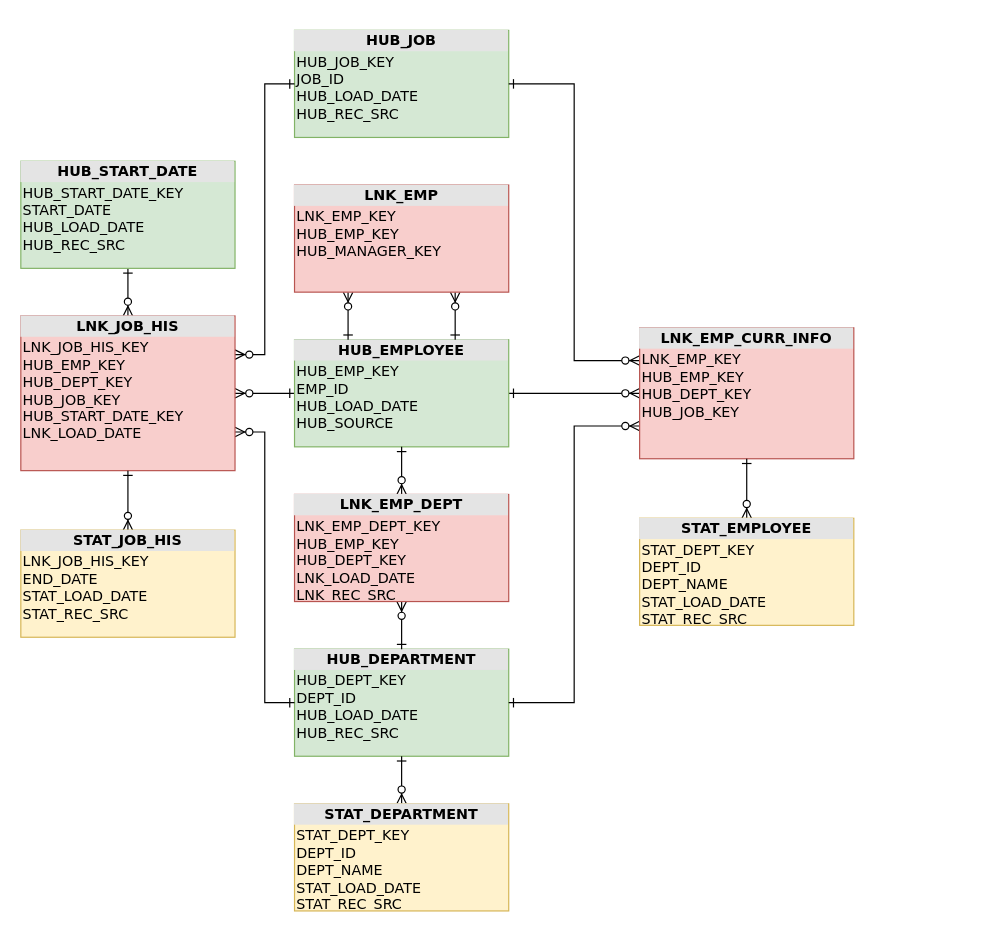
The draw.io diagram HR_Model.drawio in nhanhoangle/DrawIO, before the edit. Source tidied: cells renumbered, new cells numbered last; positions are measured from the earlier drawing's top-left corner, leaving out a move shared by most shapes. Both pictures are drawn from the tidied source at 119%, with x=0, y=0 at pixel (20, 30).
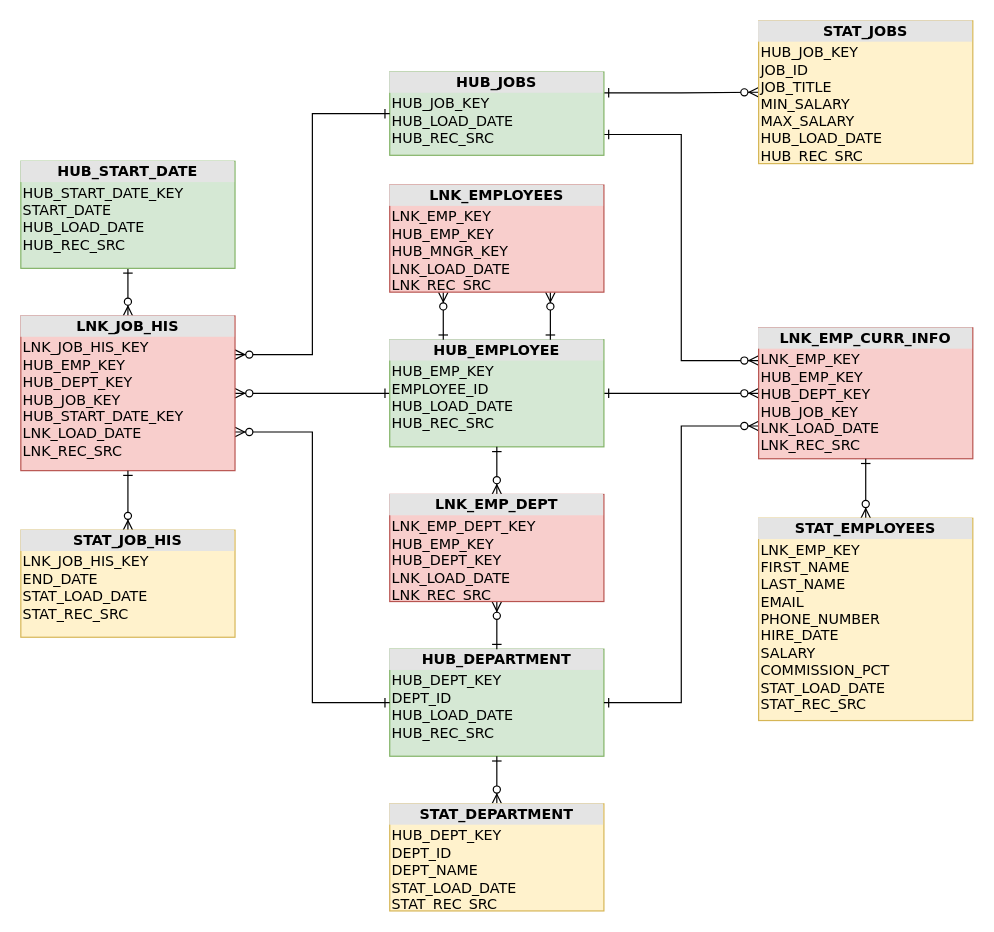
The same page after the edit.

The edit, as a diff of the source:
```diff
@@
     <mxCell id="2" value="&lt;div style=&quot;text-align: center ; box-sizing: border-box ; width: 100% ; background: rgb(228 , 228 , 228) ; padding: 2px&quot;&gt;&lt;b&gt;HUB_DEPARTMENT&lt;/b&gt;&lt;/div&gt;&lt;table style=&quot;width: 100% ; font-size: 1em&quot; cellpadding=&quot;2&quot; cellspacing=&quot;0&quot;&gt;&lt;tbody&gt;&lt;tr&gt;&lt;td&gt;HUB_DEPT_KEY&lt;br&gt;DEPT_ID&lt;br&gt;HUB_LOAD_DATE&lt;br&gt;HUB_REC_SRC&lt;/td&gt;&lt;td&gt;&lt;br&gt;&lt;/td&gt;&lt;/tr&gt;&lt;/tbody&gt;&lt;/table&gt;" style="verticalAlign=top;align=left;overflow=fill;html=1;rounded=0;shadow=0;comic=0;labelBackgroundColor=none;strokeWidth=1;fontFamily=Verdana;fontSize=12;fillColor=#d5e8d4;strokeColor=#82b366;" parent="1" vertex="1">
-      <mxGeometry x="230" y="520" width="180" height="90" as="geometry" />
+      <mxGeometry x="310" y="520" width="180" height="90" as="geometry" />
     </mxCell>
+    <mxCell id="27" style="edgeStyle=orthogonalEdgeStyle;rounded=0;jettySize=auto;html=1;exitX=1;exitY=0.25;exitDx=0;exitDy=0;endArrow=ERzeroToMany;endFill=1;startArrow=ERone;startFill=0;" parent="1" edge="1" source="3" target="29">
+      <mxGeometry relative="1" as="geometry" />
+    </mxCell>
+    <mxCell id="28" style="edgeStyle=orthogonalEdgeStyle;rounded=0;jettySize=auto;html=1;exitX=1;exitY=0.75;exitDx=0;exitDy=0;entryX=0;entryY=0.25;entryDx=0;entryDy=0;startArrow=ERone;startFill=0;endArrow=ERzeroToMany;endFill=1;" parent="1" edge="1" source="3" target="7">
+      <mxGeometry relative="1" as="geometry" />
+    </mxCell>
-    <mxCell id="3" value="&lt;div style=&quot;text-align: center ; box-sizing: border-box ; width: 100% ; background: rgb(228 , 228 , 228) ; padding: 2px&quot;&gt;&lt;b&gt;HUB_JOB&lt;/b&gt;&lt;/div&gt;&lt;table style=&quot;width: 100% ; font-size: 1em&quot; cellpadding=&quot;2&quot; cellspacing=&quot;0&quot;&gt;&lt;tbody&gt;&lt;tr&gt;&lt;td&gt;HUB_JOB_KEY&lt;br&gt;JOB_ID&lt;br&gt;HUB_LOAD_DATE&lt;br&gt;HUB_REC_SRC&lt;/td&gt;&lt;td&gt;&lt;br&gt;&lt;/td&gt;&lt;/tr&gt;&lt;/tbody&gt;&lt;/table&gt;" style="verticalAlign=top;align=left;overflow=fill;html=1;rounded=0;shadow=0;comic=0;labelBackgroundColor=none;strokeWidth=1;fontFamily=Verdana;fontSize=12;fillColor=#d5e8d4;strokeColor=#82b366;" parent="1" vertex="1">
-      <mxGeometry x="230" width="180" height="90" as="geometry" />
+    <mxCell id="3" value="&lt;div style=&quot;text-align: center ; box-sizing: border-box ; width: 100% ; background: rgb(228 , 228 , 228) ; padding: 2px&quot;&gt;&lt;b&gt;HUB_JOBS&lt;/b&gt;&lt;/div&gt;&lt;table style=&quot;width: 100% ; font-size: 1em&quot; cellpadding=&quot;2&quot; cellspacing=&quot;0&quot;&gt;&lt;tbody&gt;&lt;tr&gt;&lt;td&gt;HUB_JOB_KEY&lt;br&gt;HUB_LOAD_DATE&lt;br&gt;HUB_REC_SRC&lt;/td&gt;&lt;td&gt;&lt;br&gt;&lt;/td&gt;&lt;/tr&gt;&lt;/tbody&gt;&lt;/table&gt;" style="verticalAlign=top;align=left;overflow=fill;html=1;rounded=0;shadow=0;comic=0;labelBackgroundColor=none;strokeWidth=1;fontFamily=Verdana;fontSize=12;fillColor=#d5e8d4;strokeColor=#82b366;" parent="1" vertex="1">
+      <mxGeometry x="310" y="35" width="180" height="70" as="geometry" />
     </mxCell>
-    <mxCell id="4" style="edgeStyle=orthogonalEdgeStyle;rounded=0;jettySize=auto;html=1;exitX=0;exitY=0.25;exitDx=0;exitDy=0;entryX=1;entryY=0.5;entryDx=0;entryDy=0;startArrow=ERzeroToMany;startFill=1;endArrow=ERone;endFill=0;" parent="1" edge="1" source="7" target="3">
-      <mxGeometry relative="1" as="geometry" />
-    </mxCell>
@@
-    <mxCell id="7" value="&lt;div style=&quot;text-align: center ; box-sizing: border-box ; width: 100% ; background: rgb(228 , 228 , 228) ; padding: 2px&quot;&gt;&lt;b&gt;LNK_EMP_CURR_INFO&lt;/b&gt;&lt;/div&gt;&lt;table style=&quot;width: 100% ; font-size: 1em&quot; cellpadding=&quot;2&quot; cellspacing=&quot;0&quot;&gt;&lt;tbody&gt;&lt;tr&gt;&lt;td&gt;LNK_EMP_KEY&lt;br&gt;HUB_EMP_KEY&lt;br&gt;HUB_DEPT_KEY&lt;br&gt;HUB_JOB_KEY&lt;/td&gt;&lt;td&gt;&lt;br&gt;&lt;/td&gt;&lt;/tr&gt;&lt;/tbody&gt;&lt;/table&gt;" style="verticalAlign=top;align=left;overflow=fill;html=1;rounded=0;shadow=0;comic=0;labelBackgroundColor=none;strokeWidth=1;fontFamily=Verdana;fontSize=12;fillColor=#f8cecc;strokeColor=#b85450;" parent="1" vertex="1">
-      <mxGeometry x="520" y="250" width="180" height="110" as="geometry" />
+    <mxCell id="7" value="&lt;div style=&quot;text-align: center ; box-sizing: border-box ; width: 100% ; background: rgb(228 , 228 , 228) ; padding: 2px&quot;&gt;&lt;b&gt;LNK_EMP_CURR_INFO&lt;/b&gt;&lt;/div&gt;&lt;table style=&quot;width: 100% ; font-size: 1em&quot; cellpadding=&quot;2&quot; cellspacing=&quot;0&quot;&gt;&lt;tbody&gt;&lt;tr&gt;&lt;td&gt;LNK_EMP_KEY&lt;br&gt;HUB_EMP_KEY&lt;br&gt;HUB_DEPT_KEY&lt;br&gt;HUB_JOB_KEY&lt;br&gt;LNK_LOAD_DATE&lt;br&gt;LNK_REC_SRC&lt;/td&gt;&lt;td&gt;&lt;br&gt;&lt;/td&gt;&lt;/tr&gt;&lt;/tbody&gt;&lt;/table&gt;" style="verticalAlign=top;align=left;overflow=fill;html=1;rounded=0;shadow=0;comic=0;labelBackgroundColor=none;strokeWidth=1;fontFamily=Verdana;fontSize=12;fillColor=#f8cecc;strokeColor=#b85450;" parent="1" vertex="1">
+      <mxGeometry x="620" y="250" width="180" height="110" as="geometry" />
     </mxCell>
@@
-    <mxCell id="12" value="&lt;div style=&quot;text-align: center ; box-sizing: border-box ; width: 100% ; background: rgb(228 , 228 , 228) ; padding: 2px&quot;&gt;&lt;b&gt;LNK_JOB_HIS&lt;/b&gt;&lt;/div&gt;&lt;table style=&quot;width: 100% ; font-size: 1em&quot; cellpadding=&quot;2&quot; cellspacing=&quot;0&quot;&gt;&lt;tbody&gt;&lt;tr&gt;&lt;td&gt;LNK_JOB_HIS_KEY&lt;br&gt;HUB_EMP_KEY&lt;br&gt;HUB_DEPT_KEY&lt;br&gt;HUB_JOB_KEY&lt;br&gt;HUB_START_DATE_KEY&lt;br&gt;LNK_LOAD_DATE&lt;/td&gt;&lt;td&gt;&lt;br&gt;&lt;/td&gt;&lt;/tr&gt;&lt;/tbody&gt;&lt;/table&gt;" style="verticalAlign=top;align=left;overflow=fill;html=1;rounded=0;shadow=0;comic=0;labelBackgroundColor=none;strokeWidth=1;fontFamily=Verdana;fontSize=12;fillColor=#f8cecc;strokeColor=#b85450;" parent="1" vertex="1">
+    <mxCell id="12" value="&lt;div style=&quot;text-align: center ; box-sizing: border-box ; width: 100% ; background: rgb(228 , 228 , 228) ; padding: 2px&quot;&gt;&lt;b&gt;LNK_JOB_HIS&lt;/b&gt;&lt;/div&gt;&lt;table style=&quot;width: 100% ; font-size: 1em&quot; cellpadding=&quot;2&quot; cellspacing=&quot;0&quot;&gt;&lt;tbody&gt;&lt;tr&gt;&lt;td&gt;LNK_JOB_HIS_KEY&lt;br&gt;HUB_EMP_KEY&lt;br&gt;HUB_DEPT_KEY&lt;br&gt;HUB_JOB_KEY&lt;br&gt;HUB_START_DATE_KEY&lt;br&gt;LNK_LOAD_DATE&lt;br&gt;LNK_REC_SRC&lt;/td&gt;&lt;td&gt;&lt;br&gt;&lt;/td&gt;&lt;/tr&gt;&lt;/tbody&gt;&lt;/table&gt;" style="verticalAlign=top;align=left;overflow=fill;html=1;rounded=0;shadow=0;comic=0;labelBackgroundColor=none;strokeWidth=1;fontFamily=Verdana;fontSize=12;fillColor=#f8cecc;strokeColor=#b85450;" parent="1" vertex="1">
       <mxGeometry y="240" width="180" height="130" as="geometry" />
     </mxCell>
-    <mxCell id="13" value="&lt;div style=&quot;text-align: center ; box-sizing: border-box ; width: 100% ; background: rgb(228 , 228 , 228) ; padding: 2px&quot;&gt;&lt;b&gt;&lt;font style=&quot;font-size: 12px&quot;&gt;HUB_EMPLOYEE&lt;/font&gt;&lt;/b&gt;&lt;/div&gt;&lt;table style=&quot;width: 100%&quot; cellpadding=&quot;2&quot; cellspacing=&quot;0&quot;&gt;&lt;tbody&gt;&lt;tr&gt;&lt;td&gt;HUB_EMP_KEY&lt;br&gt;EMP_ID&lt;br&gt;HUB_LOAD_DATE&lt;br&gt;HUB_SOURCE&lt;/td&gt;&lt;td&gt;&lt;br&gt;&lt;/td&gt;&lt;/tr&gt;&lt;tr&gt;&lt;td&gt;&lt;/td&gt;&lt;td&gt;&lt;br&gt;&lt;/td&gt;&lt;/tr&gt;&lt;/tbody&gt;&lt;/table&gt;" style="verticalAlign=top;align=left;overflow=fill;html=1;rounded=0;shadow=0;comic=0;labelBackgroundColor=none;strokeWidth=1;fontFamily=Verdana;fontSize=12;fillColor=#d5e8d4;strokeColor=#82b366;" parent="1" vertex="1">
-      <mxGeometry x="230" y="260" width="180" height="90" as="geometry" />
+    <mxCell id="13" value="&lt;div style=&quot;text-align: center ; box-sizing: border-box ; width: 100% ; background: rgb(228 , 228 , 228) ; padding: 2px&quot;&gt;&lt;b&gt;&lt;font style=&quot;font-size: 12px&quot;&gt;HUB_EMPLOYEE&lt;/font&gt;&lt;/b&gt;&lt;/div&gt;&lt;table style=&quot;width: 100%&quot; cellpadding=&quot;2&quot; cellspacing=&quot;0&quot;&gt;&lt;tbody&gt;&lt;tr&gt;&lt;td&gt;HUB_EMP_KEY&lt;br&gt;EMPLOYEE_ID&lt;br&gt;HUB_LOAD_DATE&lt;br&gt;HUB_REC_SRC&lt;/td&gt;&lt;td&gt;&lt;br&gt;&lt;/td&gt;&lt;/tr&gt;&lt;tr&gt;&lt;td&gt;&lt;/td&gt;&lt;td&gt;&lt;br&gt;&lt;/td&gt;&lt;/tr&gt;&lt;/tbody&gt;&lt;/table&gt;" style="verticalAlign=top;align=left;overflow=fill;html=1;rounded=0;shadow=0;comic=0;labelBackgroundColor=none;strokeWidth=1;fontFamily=Verdana;fontSize=12;fillColor=#d5e8d4;strokeColor=#82b366;" parent="1" vertex="1">
+      <mxGeometry x="310" y="260" width="180" height="90" as="geometry" />
     </mxCell>
@@
     <mxCell id="16" value="&lt;div style=&quot;text-align: center ; box-sizing: border-box ; width: 100% ; background: rgb(228 , 228 , 228) ; padding: 2px&quot;&gt;&lt;b&gt;LNK_EMP_DEPT&lt;/b&gt;&lt;/div&gt;&lt;table style=&quot;width: 100% ; font-size: 1em&quot; cellpadding=&quot;2&quot; cellspacing=&quot;0&quot;&gt;&lt;tbody&gt;&lt;tr&gt;&lt;td&gt;LNK_EMP_DEPT_KEY&lt;br&gt;HUB_EMP_KEY&lt;br&gt;HUB_DEPT_KEY&lt;br&gt;LNK_LOAD_DATE&lt;br&gt;LNK_REC_SRC&lt;br&gt;&lt;br&gt;&lt;/td&gt;&lt;td&gt;&lt;br&gt;&lt;/td&gt;&lt;/tr&gt;&lt;/tbody&gt;&lt;/table&gt;" style="verticalAlign=top;align=left;overflow=fill;html=1;rounded=0;shadow=0;comic=0;labelBackgroundColor=none;strokeWidth=1;fontFamily=Verdana;fontSize=12;fillColor=#f8cecc;strokeColor=#b85450;" parent="1" vertex="1">
-      <mxGeometry x="230" y="390" width="180" height="90" as="geometry" />
+      <mxGeometry x="310" y="390" width="180" height="90" as="geometry" />
     </mxCell>
@@
-    <mxCell id="21" value="&lt;div style=&quot;text-align: center ; box-sizing: border-box ; width: 100% ; background: rgb(228 , 228 , 228) ; padding: 2px&quot;&gt;&lt;b&gt;STAT_DEPARTMENT&lt;/b&gt;&lt;/div&gt;&lt;table style=&quot;width: 100% ; font-size: 1em&quot; cellpadding=&quot;2&quot; cellspacing=&quot;0&quot;&gt;&lt;tbody&gt;&lt;tr&gt;&lt;td&gt;STAT_DEPT_KEY&lt;br&gt;DEPT_ID&lt;br&gt;DEPT_NAME&lt;br&gt;STAT_LOAD_DATE&lt;br&gt;STAT_REC_SRC&lt;br&gt;&lt;br&gt;&lt;/td&gt;&lt;td&gt;&lt;br&gt;&lt;/td&gt;&lt;/tr&gt;&lt;/tbody&gt;&lt;/table&gt;" style="verticalAlign=top;align=left;overflow=fill;html=1;rounded=0;shadow=0;comic=0;labelBackgroundColor=none;strokeWidth=1;fontFamily=Verdana;fontSize=12;fillColor=#fff2cc;strokeColor=#d6b656;" parent="1" vertex="1">
-      <mxGeometry x="230" y="650" width="180" height="90" as="geometry" />
+    <mxCell id="21" value="&lt;div style=&quot;text-align: center ; box-sizing: border-box ; width: 100% ; background: rgb(228 , 228 , 228) ; padding: 2px&quot;&gt;&lt;b&gt;STAT_DEPARTMENT&lt;/b&gt;&lt;/div&gt;&lt;table style=&quot;width: 100% ; font-size: 1em&quot; cellpadding=&quot;2&quot; cellspacing=&quot;0&quot;&gt;&lt;tbody&gt;&lt;tr&gt;&lt;td&gt;HUB_DEPT_KEY&lt;br&gt;DEPT_ID&lt;br&gt;DEPT_NAME&lt;br&gt;STAT_LOAD_DATE&lt;br&gt;STAT_REC_SRC&lt;br&gt;&lt;br&gt;&lt;/td&gt;&lt;td&gt;&lt;br&gt;&lt;/td&gt;&lt;/tr&gt;&lt;/tbody&gt;&lt;/table&gt;" style="verticalAlign=top;align=left;overflow=fill;html=1;rounded=0;shadow=0;comic=0;labelBackgroundColor=none;strokeWidth=1;fontFamily=Verdana;fontSize=12;fillColor=#fff2cc;strokeColor=#d6b656;" parent="1" vertex="1">
+      <mxGeometry x="310" y="650" width="180" height="90" as="geometry" />
     </mxCell>
@@
-    <mxCell id="23" value="&lt;div style=&quot;text-align: center ; box-sizing: border-box ; width: 100% ; background: rgb(228 , 228 , 228) ; padding: 2px&quot;&gt;&lt;b&gt;STAT_EMPLOYEE&lt;/b&gt;&lt;/div&gt;&lt;table style=&quot;width: 100% ; font-size: 1em&quot; cellpadding=&quot;2&quot; cellspacing=&quot;0&quot;&gt;&lt;tbody&gt;&lt;tr&gt;&lt;td&gt;STAT_DEPT_KEY&lt;br&gt;DEPT_ID&lt;br&gt;DEPT_NAME&lt;br&gt;STAT_LOAD_DATE&lt;br&gt;STAT_REC_SRC&lt;br&gt;&lt;br&gt;&lt;/td&gt;&lt;td&gt;&lt;br&gt;&lt;/td&gt;&lt;/tr&gt;&lt;/tbody&gt;&lt;/table&gt;" style="verticalAlign=top;align=left;overflow=fill;html=1;rounded=0;shadow=0;comic=0;labelBackgroundColor=none;strokeWidth=1;fontFamily=Verdana;fontSize=12;fillColor=#fff2cc;strokeColor=#d6b656;" parent="1" vertex="1">
-      <mxGeometry x="520" y="410" width="180" height="90" as="geometry" />
+    <mxCell id="23" value="&lt;div style=&quot;text-align: center ; box-sizing: border-box ; width: 100% ; background: rgb(228 , 228 , 228) ; padding: 2px&quot;&gt;&lt;b&gt;STAT_EMPLOYEES&lt;/b&gt;&lt;/div&gt;&lt;table style=&quot;width: 100% ; font-size: 1em&quot; cellpadding=&quot;2&quot; cellspacing=&quot;0&quot;&gt;&lt;tbody&gt;&lt;tr&gt;&lt;td&gt;LNK_EMP_KEY&lt;br&gt;FIRST_NAME&lt;br&gt;LAST_NAME&lt;br&gt;EMAIL&lt;br&gt;PHONE_NUMBER&lt;br&gt;HIRE_DATE&lt;br&gt;SALARY&lt;br&gt;COMMISSION_PCT&lt;br&gt;STAT_LOAD_DATE&lt;br&gt;STAT_REC_SRC&lt;br&gt;&lt;br&gt;&lt;/td&gt;&lt;td&gt;&lt;br&gt;&lt;/td&gt;&lt;/tr&gt;&lt;/tbody&gt;&lt;/table&gt;" style="verticalAlign=top;align=left;overflow=fill;html=1;rounded=0;shadow=0;comic=0;labelBackgroundColor=none;strokeWidth=1;fontFamily=Verdana;fontSize=12;fillColor=#fff2cc;strokeColor=#d6b656;" parent="1" vertex="1">
+      <mxGeometry x="620" y="410" width="180" height="170" as="geometry" />
     </mxCell>
@@
-    <mxCell id="26" value="&lt;div style=&quot;text-align: center ; box-sizing: border-box ; width: 100% ; background: rgb(228 , 228 , 228) ; padding: 2px&quot;&gt;&lt;b&gt;LNK_EMP&lt;/b&gt;&lt;/div&gt;&lt;table style=&quot;width: 100% ; font-size: 1em&quot; cellpadding=&quot;2&quot; cellspacing=&quot;0&quot;&gt;&lt;tbody&gt;&lt;tr&gt;&lt;td&gt;LNK_EMP_KEY&lt;br&gt;HUB_EMP_KEY&lt;br&gt;HUB_MANAGER_KEY&lt;br&gt;&lt;br&gt;&lt;/td&gt;&lt;td&gt;&lt;br&gt;&lt;/td&gt;&lt;/tr&gt;&lt;/tbody&gt;&lt;/table&gt;" style="verticalAlign=top;align=left;overflow=fill;html=1;rounded=0;shadow=0;comic=0;labelBackgroundColor=none;strokeWidth=1;fontFamily=Verdana;fontSize=12;fillColor=#f8cecc;strokeColor=#b85450;" parent="1" vertex="1">
-      <mxGeometry x="230" y="130" width="180" height="90" as="geometry" />
+    <mxCell id="26" value="&lt;div style=&quot;text-align: center ; box-sizing: border-box ; width: 100% ; background: rgb(228 , 228 , 228) ; padding: 2px&quot;&gt;&lt;b&gt;LNK_EMPLOYEES&lt;/b&gt;&lt;/div&gt;&lt;table style=&quot;width: 100% ; font-size: 1em&quot; cellpadding=&quot;2&quot; cellspacing=&quot;0&quot;&gt;&lt;tbody&gt;&lt;tr&gt;&lt;td&gt;LNK_EMP_KEY&lt;br&gt;HUB_EMP_KEY&lt;br&gt;HUB_MNGR_KEY&lt;br&gt;LNK_LOAD_DATE&lt;br&gt;LNK_REC_SRC&lt;/td&gt;&lt;td&gt;&lt;br&gt;&lt;/td&gt;&lt;/tr&gt;&lt;/tbody&gt;&lt;/table&gt;" style="verticalAlign=top;align=left;overflow=fill;html=1;rounded=0;shadow=0;comic=0;labelBackgroundColor=none;strokeWidth=1;fontFamily=Verdana;fontSize=12;fillColor=#f8cecc;strokeColor=#b85450;" parent="1" vertex="1">
+      <mxGeometry x="310" y="130" width="180" height="90" as="geometry" />
     </mxCell>
+    <mxCell id="29" value="&lt;div style=&quot;text-align: center ; box-sizing: border-box ; width: 100% ; background: rgb(228 , 228 , 228) ; padding: 2px&quot;&gt;&lt;b&gt;STAT_JOBS&lt;/b&gt;&lt;/div&gt;&lt;table style=&quot;width: 100% ; font-size: 1em&quot; cellpadding=&quot;2&quot; cellspacing=&quot;0&quot;&gt;&lt;tbody&gt;&lt;tr&gt;&lt;td&gt;HUB_JOB_KEY&lt;br&gt;JOB_ID&lt;br&gt;JOB_TITLE&lt;br&gt;MIN_SALARY&lt;br&gt;MAX_SALARY&lt;br&gt;HUB_LOAD_DATE&lt;br&gt;HUB_REC_SRC&lt;/td&gt;&lt;td&gt;&lt;br&gt;&lt;/td&gt;&lt;/tr&gt;&lt;/tbody&gt;&lt;/table&gt;" style="verticalAlign=top;align=left;overflow=fill;html=1;rounded=0;shadow=0;comic=0;labelBackgroundColor=none;strokeWidth=1;fontFamily=Verdana;fontSize=12;fillColor=#fff2cc;strokeColor=#d6b656;" parent="1" vertex="1">
+      <mxGeometry x="620" y="-8" width="180" height="120" as="geometry" />
+    </mxCell>
```
